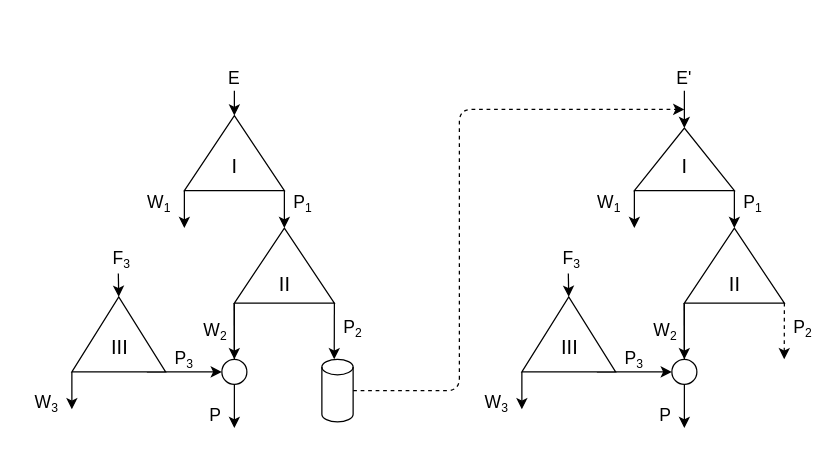
Above: cascades/drawio/P2utilizationRing.drawio in GusevVlad/Russian-Phd-LaTeX-Dissertation-Template (draw.io), before the change. Source tidied: cells renumbered, new cells numbered last; positions are measured from the earlier drawing's top-left corner, leaving out a move shared by most shapes. Both pictures are drawn from the tidied source at 125%, with x=0, y=0 at pixel (21, 65).
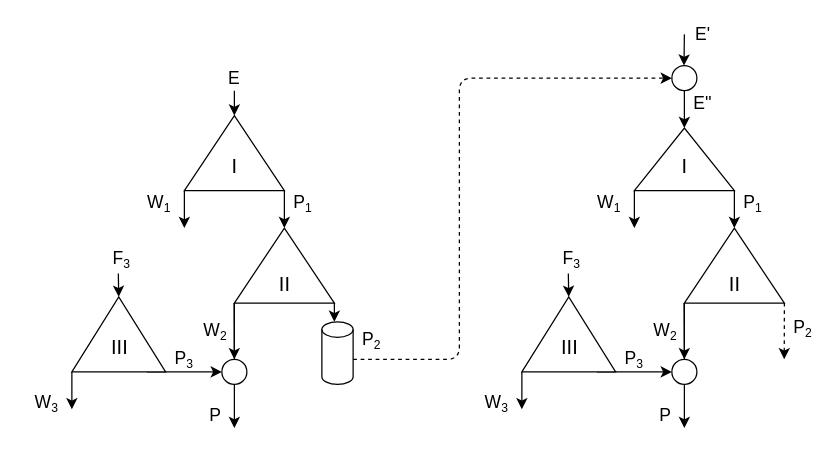
After the change.

Unchanged cells that the change refers to:
```xml
<mxCell id="31" style="triangle;whiteSpace=wrap;html=1;rotation=-90;" parent="1" vertex="1">
  <mxGeometry x="505" y="35" width="50" height="80" as="geometry" />
</mxCell>
```

What changed in the source:
```diff
@@
-    <mxCell id="17" style="endArrow=classic;html=1;entryX=0.396;entryY=-0.001;entryDx=0;entryDy=0;entryPerimeter=0;" parent="1" edge="1" target="27">
+    <mxCell id="17" style="endArrow=classic;html=1;" parent="1" edge="1">
       <mxGeometry relative="1" as="geometry">
         <mxPoint x="250" y="189.7" as="sourcePoint" />
+        <mxPoint x="250" y="205" as="targetPoint" />
       </mxGeometry>
     </mxCell>
     <mxCell id="18" value="&lt;font style=&quot;font-size: 14px&quot;&gt;P&lt;/font&gt;&lt;font style=&quot;font-size: 11.6667px&quot;&gt;&lt;sub&gt;2&lt;/sub&gt;&lt;/font&gt;" style="text;html=1;strokeColor=none;fillColor=none;align=center;verticalAlign=middle;whiteSpace=wrap;rounded=0;" parent="1" vertex="1">
-      <mxGeometry x="260" y="175" width="10" height="70" as="geometry" />
+      <mxGeometry x="270" y="185" width="20" height="70" as="geometry" />
     </mxCell>
@@
     <mxCell id="27" style="shape=cylinder3;whiteSpace=wrap;html=1;boundedLbl=1;backgroundOutline=1;size=6.179831669248529;" parent="1" vertex="1">
-      <mxGeometry x="240" y="235" width="25" height="50" as="geometry" />
+      <mxGeometry x="240" y="205" width="25" height="50" as="geometry" />
     </mxCell>
-    <mxCell id="28" style="edgeStyle=elbowEdgeStyle;elbow=horizontal;endArrow=classic;html=1;dashed=1;exitX=1;exitY=0.5;exitDx=0;exitDy=0;exitPerimeter=0;" parent="1" edge="1">
+    <mxCell id="28" style="edgeStyle=elbowEdgeStyle;elbow=horizontal;endArrow=classic;html=1;dashed=1;exitX=1;exitY=0.5;exitDx=0;exitDy=0;exitPerimeter=0;entryX=0;entryY=0.5;entryDx=0;entryDy=0;" parent="1" edge="1" target="55">
       <mxGeometry relative="1" as="geometry">
-        <mxPoint x="265" y="260" as="sourcePoint" />
-        <mxPoint x="530" y="35" as="targetPoint" />
+        <mxPoint x="265" y="235" as="sourcePoint" />
         <Array as="points">
-          <mxPoint x="350" y="145" />
+          <mxPoint x="350" y="135" />
         </Array>
       </mxGeometry>
     </mxCell>
     <mxCell id="29" style="endArrow=classic;html=1;entryX=1;entryY=0.5;entryDx=0;entryDy=0;" parent="1" edge="1" target="31">
       <mxGeometry relative="1" as="geometry">
-        <mxPoint x="530" y="20" as="sourcePoint" />
+        <mxPoint x="530" y="5" as="sourcePoint" />
       </mxGeometry>
     </mxCell>
@@
     <mxCell id="34" value="&lt;font style=&quot;font-size: 14px&quot;&gt;E'&lt;/font&gt;" style="text;html=1;strokeColor=none;fillColor=none;align=center;verticalAlign=middle;whiteSpace=wrap;rounded=0;" parent="1" vertex="1">
-      <mxGeometry x="510" width="40" height="20" as="geometry" />
+      <mxGeometry x="530" y="-35" width="30" height="20" as="geometry" />
     </mxCell>
@@
+    <mxCell id="54" value="&lt;font style=&quot;font-size: 14px&quot;&gt;E'&lt;/font&gt;&lt;span style=&quot;font-size: 14px;&quot;&gt;'&lt;/span&gt;" style="text;html=1;strokeColor=none;fillColor=none;align=center;verticalAlign=middle;whiteSpace=wrap;rounded=0;" parent="1" vertex="1">
+      <mxGeometry x="530" y="20" width="30" height="20" as="geometry" />
+    </mxCell>
+    <mxCell id="55" style="ellipse;whiteSpace=wrap;html=1;" parent="1" vertex="1">
+      <mxGeometry x="520" width="20" height="20" as="geometry" />
+    </mxCell>
+    <mxCell id="56" style="endArrow=classic;html=1;entryX=0.396;entryY=-0.001;entryDx=0;entryDy=0;entryPerimeter=0;" parent="1" edge="1">
+      <mxGeometry relative="1" as="geometry">
+        <mxPoint x="530" y="-25" as="sourcePoint" />
+        <mxPoint x="529.7" as="targetPoint" />
+      </mxGeometry>
+    </mxCell>
```
